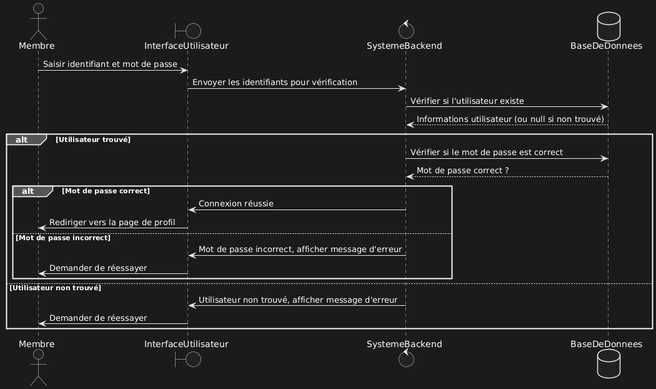
This is Dossier_Technique/UML/diagram_de_sequences/connection.png from manelbenhamouda/projets-CDA, a PlantUML export, as it was before one commit.
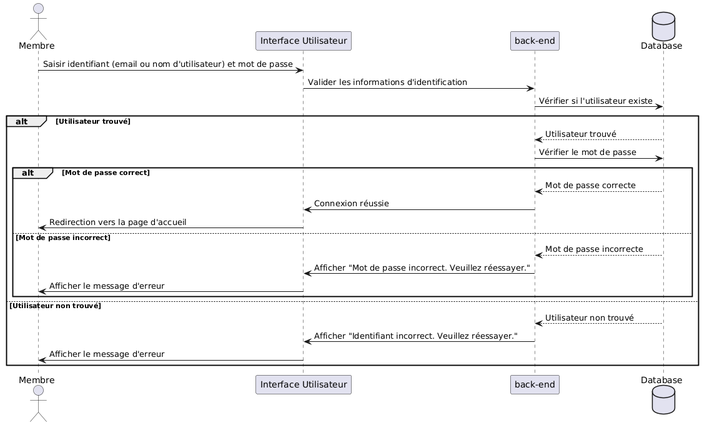
Above is the later version.

Diff of the diagram source:
```diff
@@ -1,27 +1,29 @@
 @startuml
 actor Membre
-boundary InterfaceUtilisateur
-control SystemeBackend
-database BaseDeDonnees
+participant "Interface Utilisateur" as UI
+participant "back-end" as System
+database Database as DB
 
-Membre -> InterfaceUtilisateur: Saisir identifiant et mot de passe
-InterfaceUtilisateur -> SystemeBackend: Envoyer les identifiants pour vérification
-SystemeBackend -> BaseDeDonnees: Vérifier si l'utilisateur existe
-BaseDeDonnees --> SystemeBackend: Informations utilisateur (ou null si non trouvé)
 
-alt Utilisateur trouvé
-    SystemeBackend -> BaseDeDonnees: Vérifier si le mot de passe est correct
-    BaseDeDonnees --> SystemeBackend: Mot de passe correct ?
+    Membre -> UI : Saisir identifiant (email ou nom d'utilisateur) et mot de passe
+    UI -> System : Valider les informations d'identification
+    System -> DB : Vérifier si l'utilisateur existe
 
-    alt Mot de passe correct
-        SystemeBackend -> InterfaceUtilisateur: Connexion réussie
-        InterfaceUtilisateur -> Membre: Rediriger vers la page de profil
-    else Mot de passe incorrect
-        SystemeBackend -> InterfaceUtilisateur: Mot de passe incorrect, afficher message d'erreur
-        InterfaceUtilisateur -> Membre: Demander de réessayer
+    alt Utilisateur trouvé
+        DB --> System : Utilisateur trouvé
+        System -> DB : Vérifier le mot de passe
+        alt Mot de passe correct
+            DB --> System : Mot de passe correcte
+            System -> UI : Connexion réussie
+            UI -> Membre : Redirection vers la page d'accueil
+        else Mot de passe incorrect
+            DB --> System : Mot de passe incorrecte
+            System -> UI : Afficher "Mot de passe incorrect. Veuillez réessayer."
+            UI -> Membre : Afficher le message d'erreur
+        end
+    else Utilisateur non trouvé
+        DB --> System : Utilisateur non trouvé
+        System -> UI : Afficher "Identifiant incorrect. Veuillez réessayer."
+        UI -> Membre : Afficher le message d'erreur
     end
-else Utilisateur non trouvé
-    SystemeBackend -> InterfaceUtilisateur: Utilisateur non trouvé, afficher message d'erreur
-    InterfaceUtilisateur -> Membre: Demander de réessayer
-end
 @enduml
```
